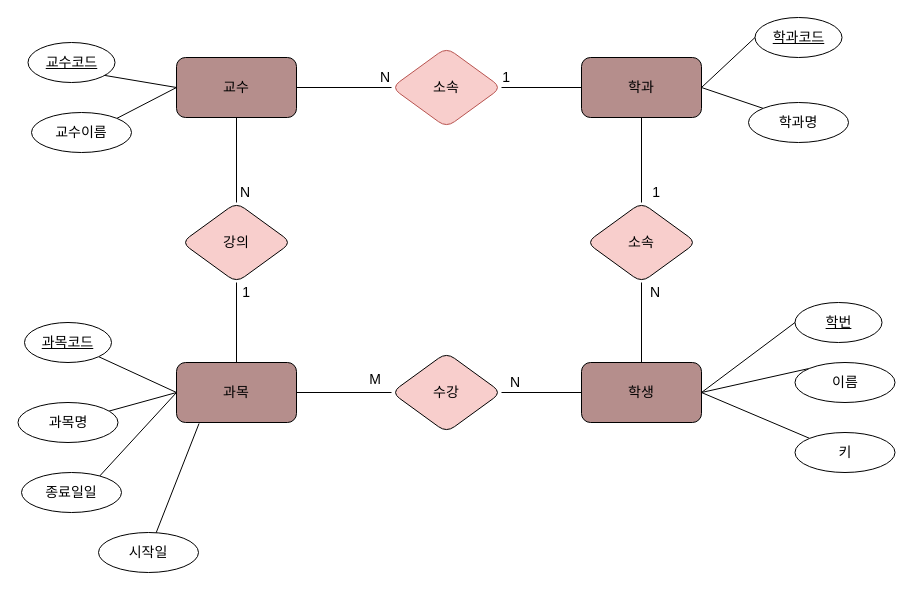
Earlier version of the draw.io diagram 제목 없는 다이어그램.drawio (kjwane/MySQL). Source tidied: cells renumbered, new cells numbered last; positions are measured from the earlier drawing's top-left corner, leaving out a move shared by most shapes. Both pictures are drawn from the tidied source at 100%, with x=0, y=0 at pixel (17, 17).
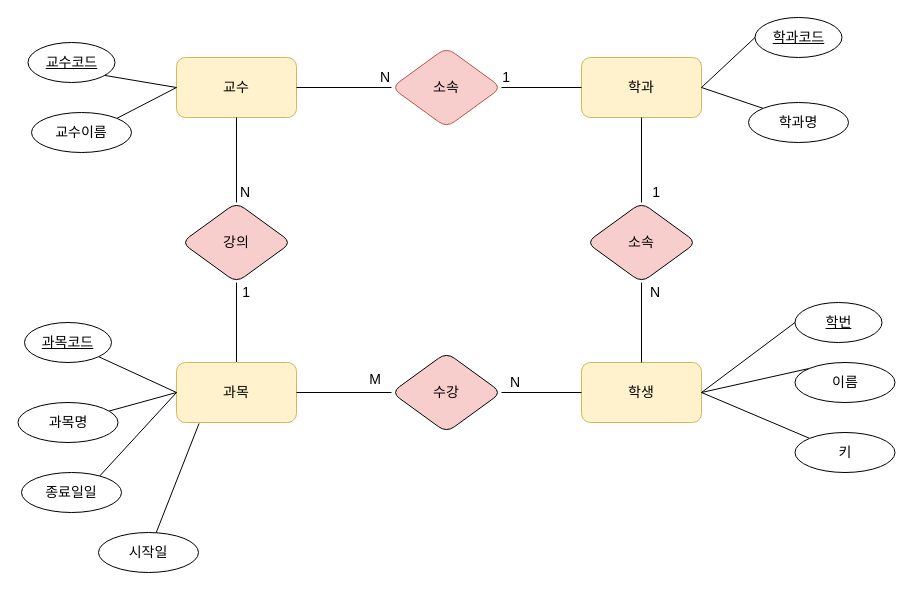
Above is the later version.

Commit message (it also covers changes not shown here):
제목 없는 다이어그램.drawio 업데이트

The edit, as a diff of the source:
```diff
@@
-    <mxCell id="2" value="교수" style="rounded=1;whiteSpace=wrap;html=1;fillColor=#b58e8c;fontSize=14;" parent="1" vertex="1">
+    <mxCell id="2" value="교수" style="rounded=1;whiteSpace=wrap;html=1;fillColor=#fff2cc;fontSize=14;strokeColor=#d6b656;" parent="1" vertex="1">
       <mxGeometry x="159" y="40" width="120" height="60" as="geometry" />
     </mxCell>
-    <mxCell id="3" value="학과" style="rounded=1;whiteSpace=wrap;html=1;fillColor=#b58e8c;strokeColor=#000000;fontSize=14;" parent="1" vertex="1">
+    <mxCell id="3" value="학과" style="rounded=1;whiteSpace=wrap;html=1;fillColor=#fff2cc;strokeColor=#d6b656;fontSize=14;" parent="1" vertex="1">
       <mxGeometry x="564" y="40" width="120" height="60" as="geometry" />
     </mxCell>
@@
-    <mxCell id="13" value="학생" style="rounded=1;whiteSpace=wrap;html=1;fillColor=#b58e8c;fontSize=14;" parent="1" vertex="1">
+    <mxCell id="13" value="학생" style="rounded=1;whiteSpace=wrap;html=1;fillColor=#fff2cc;fontSize=14;strokeColor=#d6b656;" parent="1" vertex="1">
       <mxGeometry x="564" y="345" width="120" height="60" as="geometry" />
     </mxCell>
@@
-    <mxCell id="30" value="과목" style="rounded=1;whiteSpace=wrap;html=1;fillColor=#b58e8c;fontSize=14;" parent="1" vertex="1">
+    <mxCell id="30" value="과목" style="rounded=1;whiteSpace=wrap;html=1;fillColor=#fff2cc;fontSize=14;strokeColor=#d6b656;" parent="1" vertex="1">
       <mxGeometry x="159" y="345" width="120" height="60" as="geometry" />
     </mxCell>
```
